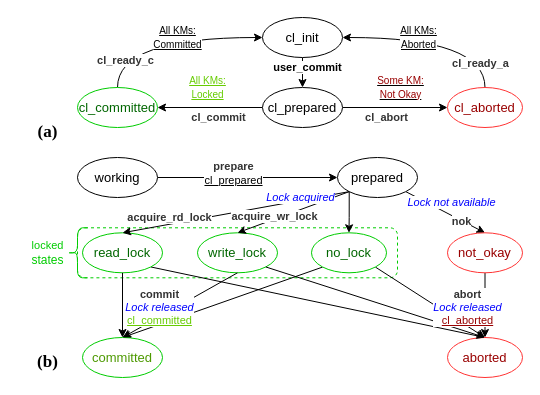
Before: page "2pl_2pc" (5 of 23) of assignment/After Thesis/2pl+2pc.drawio in ShabnamRad/VerIso, a draw.io diagram. Source tidied: cells renumbered, new cells numbered last; positions are measured from the earlier drawing's top-left corner, leaving out a move shared by most shapes. Both pictures are drawn from the tidied source at 100%, with x=0, y=0 at pixel (17, 17).
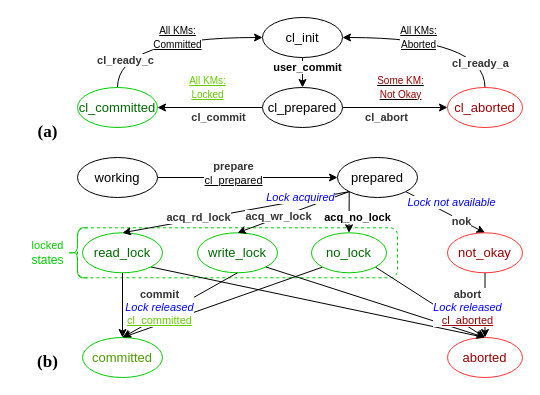
Above is the later version.

Unchanged cells that the change refers to:
```xml
<mxCell id="19" value="&lt;font style=&quot;font-size: 13px;&quot;&gt;prepared&lt;/font&gt;" style="ellipse;whiteSpace=wrap;html=1;" parent="1" vertex="1">
  <mxGeometry x="320" y="140" width="80" height="40" as="geometry" />
</mxCell>
<mxCell id="34" value="&lt;font style=&quot;font-size: 13px;&quot; color=&quot;#006600&quot;&gt;no_lock&lt;/font&gt;" style="ellipse;whiteSpace=wrap;html=1;strokeColor=#00CC00;" parent="1" vertex="1">
  <mxGeometry x="294" y="215.3" width="75" height="40" as="geometry" />
</mxCell>
<mxCell id="35" style="rounded=0;jettySize=auto;html=1;exitX=0;exitY=1;exitDx=0;exitDy=0;strokeColor=#000000;entryX=0.5;entryY=0;entryDx=0;entryDy=0;" parent="1" edge="1" source="19" target="32">
  <mxGeometry x="0.06" y="-13" relative="1" as="geometry" />
</mxCell>
<mxCell id="39" value="&lt;font color=&quot;#0000ff&quot;&gt;&lt;i&gt;Lock acquired&lt;/i&gt;&lt;/font&gt;" style="rounded=0;jettySize=auto;html=1;exitX=0;exitY=1;exitDx=0;exitDy=0;strokeColor=#000000;entryX=0.5;entryY=0;entryDx=0;entryDy=0;fillColor=#f5f5f5;" parent="1" edge="1" source="19" target="33">
  <mxGeometry x="-0.19" y="-11" relative="1" as="geometry" />
</mxCell>
```

The edit, as a diff of the source:
```diff
@@
-    <mxCell id="18" style="edgeStyle=orthogonalEdgeStyle;rounded=0;jettySize=auto;html=1;exitX=0;exitY=1;exitDx=0;exitDy=0;entryX=0.5;entryY=0;entryDx=0;entryDy=0;" parent="1" edge="1" source="19" target="34">
-      <mxGeometry relative="1" as="geometry" />
-    </mxCell>
@@
-    <mxCell id="36" value="&lt;font&gt;acquire_rd_lock&lt;/font&gt;" style="edgeLabel;html=1;align=center;verticalAlign=middle;fontColor=#333333;fontStyle=1;" parent="35" vertex="1">
+    <mxCell id="36" value="&lt;font&gt;acq_rd_lock&lt;/font&gt;" style="edgeLabel;html=1;align=center;verticalAlign=middle;fontColor=#333333;fontStyle=1;" parent="35" vertex="1">
       <mxGeometry x="0.5" y="-1" relative="1" as="geometry">
-        <mxPoint x="-10" y="-5" as="offset" />
+        <mxPoint x="19" y="-5" as="offset" />
       </mxGeometry>
     </mxCell>
@@
-    <mxCell id="40" value="&lt;font&gt;acquire_wr_lock&lt;/font&gt;" style="edgeLabel;html=1;align=center;verticalAlign=middle;fontColor=#333333;fontStyle=1;" parent="39" vertex="1">
+    <mxCell id="40" value="&lt;font&gt;acq_wr_lock&lt;/font&gt;" style="edgeLabel;html=1;align=center;verticalAlign=middle;fontColor=#333333;fontStyle=1;" parent="39" vertex="1">
       <mxGeometry x="0.35" y="-2" relative="1" as="geometry">
-        <mxPoint x="1" y="-1" as="offset" />
+        <mxPoint x="5" y="-1" as="offset" />
       </mxGeometry>
     </mxCell>
@@
+    <mxCell id="18" style="rounded=0;jettySize=auto;html=1;exitX=0;exitY=1;exitDx=0;exitDy=0;strokeColor=#000000;entryX=0.5;entryY=0;entryDx=0;entryDy=0;fillColor=#f5f5f5;" parent="1" edge="1" source="19" target="34">
+      <mxGeometry x="-0.19" y="-11" relative="1" as="geometry" />
+    </mxCell>
+    <mxCell id="46" value="&lt;b&gt;acq_no_lock&lt;/b&gt;" style="edgeLabel;html=1;align=center;verticalAlign=middle;" parent="18" vertex="1">
+      <mxGeometry x="0.22" relative="1" as="geometry">
+        <mxPoint x="8" as="offset" />
+      </mxGeometry>
+    </mxCell>
```
